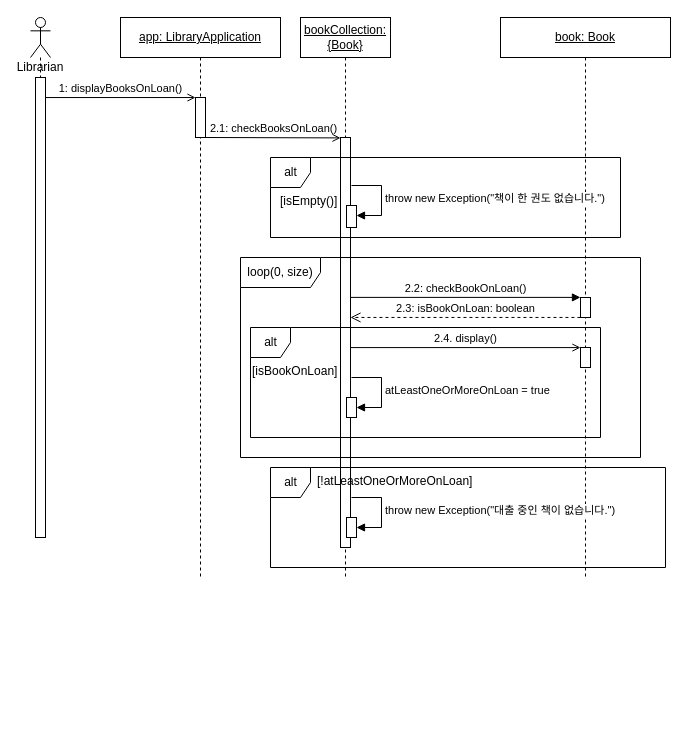
Before: UML/SD4 Display books on loan.drawio in Halozhan/2023-2-LibraryApplication, a draw.io diagram. Source tidied: cells renumbered, new cells numbered last; positions are measured from the earlier drawing's top-left corner, leaving out a move shared by most shapes. Both pictures are drawn from the tidied source at 100%, with x=0, y=0 at pixel (30, 17).
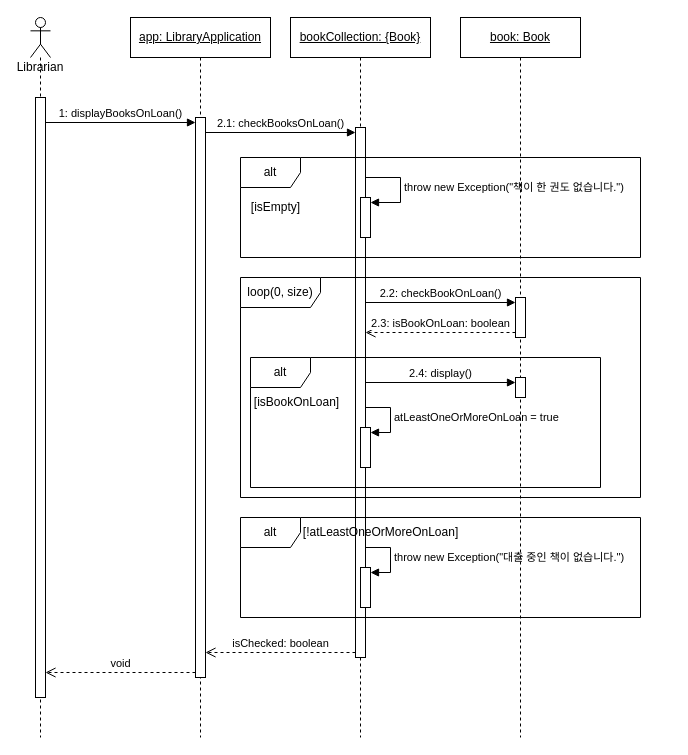
The same diagram, later.

What changed in the source:
```diff
@@
-    <mxCell id="2" value="Librarian&lt;br&gt;" style="shape=umlLifeline;participant=umlActor;perimeter=lifelinePerimeter;whiteSpace=wrap;html=1;verticalAlign=top;spacingTop=36;outlineConnect=0;" parent="1" vertex="1">
-      <mxGeometry width="20" height="520" as="geometry" />
+    <mxCell id="2" value="Librarian" style="shape=umlLifeline;perimeter=lifelinePerimeter;whiteSpace=wrap;html=1;outlineConnect=0;portConstraint=eastwest;newEdgeStyle={&quot;curved&quot;:0,&quot;rounded&quot;:0};participant=umlActor;verticalAlign=top;spacingTop=36;" parent="1" vertex="1">
+      <mxGeometry width="20" height="720" as="geometry" />
     </mxCell>
-    <mxCell id="3" style="edgeStyle=none;html=1;" parent="2" edge="1" source="4" target="2">
-      <mxGeometry relative="1" as="geometry" />
-    </mxCell>
-    <mxCell id="4" style="html=1;points=[];perimeter=orthogonalPerimeter;" parent="2" vertex="1">
-      <mxGeometry x="5" y="60" width="10" height="460" as="geometry" />
-    </mxCell>
+    <mxCell id="30" style="html=1;points=[[0,0,0,0,5],[0,1,0,0,-5],[1,0,0,0,5],[1,1,0,0,-5]];perimeter=orthogonalPerimeter;outlineConnect=0;targetShapes=umlLifeline;portConstraint=eastwest;newEdgeStyle={&quot;curved&quot;:0,&quot;rounded&quot;:0};" parent="2" vertex="1">
+      <mxGeometry x="5" y="80" width="10" height="600" as="geometry" />
+    </mxCell>
-    <mxCell id="5" value="&lt;u&gt;app: LibraryApplication&lt;/u&gt;" style="shape=umlLifeline;perimeter=lifelinePerimeter;whiteSpace=wrap;html=1;" parent="1" vertex="1">
-      <mxGeometry x="90" width="160" height="560" as="geometry" />
+    <mxCell id="5" value="&lt;u style=&quot;border-color: var(--border-color);&quot;&gt;app: LibraryApplication&lt;/u&gt;" style="shape=umlLifeline;perimeter=lifelinePerimeter;whiteSpace=wrap;html=1;newEdgeStyle={&quot;curved&quot;:0,&quot;rounded&quot;:0};" parent="1" vertex="1">
+      <mxGeometry x="100" width="140" height="720" as="geometry" />
     </mxCell>
-    <mxCell id="6" style="html=1;points=[];perimeter=orthogonalPerimeter;" parent="5" vertex="1">
-      <mxGeometry x="75" y="80" width="10" height="40" as="geometry" />
-    </mxCell>
+    <mxCell id="31" style="html=1;points=[[0,0,0,0,5],[0,1,0,0,-5],[1,0,0,0,5],[1,1,0,0,-5]];perimeter=orthogonalPerimeter;outlineConnect=0;targetShapes=umlLifeline;portConstraint=eastwest;newEdgeStyle={&quot;curved&quot;:0,&quot;rounded&quot;:0};" parent="5" vertex="1">
+      <mxGeometry x="65" y="100" width="10" height="560" as="geometry" />
+    </mxCell>
+    <mxCell id="10" value="&lt;div style=&quot;border-color: var(--border-color);&quot;&gt;1: displayBooksOnLoan()&lt;br&gt;&lt;/div&gt;" style="html=1;verticalAlign=bottom;endArrow=block;curved=0;rounded=0;entryX=0;entryY=0;entryDx=0;entryDy=5;" parent="1" edge="1" source="30" target="31">
+      <mxGeometry relative="1" as="geometry" />
+    </mxCell>
+    <mxCell id="32" value="void" style="html=1;verticalAlign=bottom;endArrow=open;dashed=1;endSize=8;curved=0;rounded=0;exitX=0;exitY=1;exitDx=0;exitDy=-5;exitPerimeter=0;" parent="1" edge="1" source="31" target="30">
+      <mxGeometry relative="1" as="geometry" />
+    </mxCell>
+    <mxCell id="14" value="&lt;u style=&quot;border-color: var(--border-color);&quot;&gt;bookCollection: {Book}&lt;/u&gt;" style="shape=umlLifeline;perimeter=lifelinePerimeter;whiteSpace=wrap;html=1;newEdgeStyle={&quot;curved&quot;:0,&quot;rounded&quot;:0};" parent="1" vertex="1">
+      <mxGeometry x="260" width="140" height="720" as="geometry" />
+    </mxCell>
+    <mxCell id="33" style="html=1;points=[[0,0,0,0,5],[0,1,0,0,-5],[1,0,0,0,5],[1,1,0,0,-5]];perimeter=orthogonalPerimeter;outlineConnect=0;targetShapes=umlLifeline;portConstraint=eastwest;newEdgeStyle={&quot;curved&quot;:0,&quot;rounded&quot;:0};" parent="14" vertex="1">
+      <mxGeometry x="65" y="110" width="10" height="530" as="geometry" />
+    </mxCell>
+    <mxCell id="34" style="html=1;points=[[0,0,0,0,5],[0,1,0,0,-5],[1,0,0,0,5],[1,1,0,0,-5]];perimeter=orthogonalPerimeter;outlineConnect=0;targetShapes=umlLifeline;portConstraint=eastwest;newEdgeStyle={&quot;curved&quot;:0,&quot;rounded&quot;:0};" parent="14" vertex="1">
+      <mxGeometry x="70" y="180" width="10" height="40" as="geometry" />
+    </mxCell>
+    <mxCell id="17" value="throw new Exception(&quot;책이 한 권도 없습니다.&quot;)" style="html=1;align=left;spacingLeft=2;endArrow=block;rounded=0;edgeStyle=orthogonalEdgeStyle;curved=0;rounded=0;entryX=1;entryY=0;entryDx=0;entryDy=5;entryPerimeter=0;" parent="14" edge="1" target="34">
+      <mxGeometry relative="1" as="geometry">
+        <mxPoint x="75" y="160" as="sourcePoint" />
+        <Array as="points">
+          <mxPoint x="110" y="160" />
+          <mxPoint x="110" y="185" />
+        </Array>
+      </mxGeometry>
+    </mxCell>
+    <mxCell id="35" style="html=1;points=[[0,0,0,0,5],[0,1,0,0,-5],[1,0,0,0,5],[1,1,0,0,-5]];perimeter=orthogonalPerimeter;outlineConnect=0;targetShapes=umlLifeline;portConstraint=eastwest;newEdgeStyle={&quot;curved&quot;:0,&quot;rounded&quot;:0};" parent="14" vertex="1">
+      <mxGeometry x="70" y="410" width="10" height="40" as="geometry" />
+    </mxCell>
+    <mxCell id="19" value="atLeastOneOrMoreOnLoan = true" style="html=1;align=left;spacingLeft=2;endArrow=block;rounded=0;edgeStyle=orthogonalEdgeStyle;curved=0;rounded=0;entryX=1;entryY=0;entryDx=0;entryDy=5;entryPerimeter=0;" parent="14" edge="1" target="35">
+      <mxGeometry relative="1" as="geometry">
+        <mxPoint x="75" y="390" as="sourcePoint" />
+        <Array as="points">
+          <mxPoint x="100" y="390" />
+          <mxPoint x="100" y="415" />
+        </Array>
+      </mxGeometry>
+    </mxCell>
+    <mxCell id="36" style="html=1;points=[[0,0,0,0,5],[0,1,0,0,-5],[1,0,0,0,5],[1,1,0,0,-5]];perimeter=orthogonalPerimeter;outlineConnect=0;targetShapes=umlLifeline;portConstraint=eastwest;newEdgeStyle={&quot;curved&quot;:0,&quot;rounded&quot;:0};" parent="14" vertex="1">
+      <mxGeometry x="70" y="550" width="10" height="40" as="geometry" />
+    </mxCell>
+    <mxCell id="21" value="throw new Exception(&quot;대출 중인 책이 없습니다.&quot;)" style="html=1;align=left;spacingLeft=2;endArrow=block;rounded=0;edgeStyle=orthogonalEdgeStyle;curved=0;rounded=0;entryX=1;entryY=0;entryDx=0;entryDy=5;entryPerimeter=0;" parent="14" edge="1" target="36">
+      <mxGeometry x="0.01" relative="1" as="geometry">
+        <mxPoint x="75" y="530" as="sourcePoint" />
+        <Array as="points">
+          <mxPoint x="100" y="530" />
+          <mxPoint x="100" y="555" />
+        </Array>
+      </mxGeometry>
+    </mxCell>
-    <mxCell id="7" value="&lt;u style=&quot;&quot;&gt;book: Book&lt;/u&gt;" style="shape=umlLifeline;perimeter=lifelinePerimeter;whiteSpace=wrap;html=1;" parent="1" vertex="1">
-      <mxGeometry x="470" width="170" height="560" as="geometry" />
+    <mxCell id="7" value="&lt;u style=&quot;border-color: var(--border-color);&quot;&gt;book: Book&lt;/u&gt;" style="shape=umlLifeline;perimeter=lifelinePerimeter;whiteSpace=wrap;html=1;newEdgeStyle={&quot;curved&quot;:0,&quot;rounded&quot;:0};" parent="1" vertex="1">
+      <mxGeometry x="430" width="120" height="720" as="geometry" />
     </mxCell>
-    <mxCell id="8" style="html=1;points=[];perimeter=orthogonalPerimeter;" parent="7" vertex="1">
-      <mxGeometry x="80" y="280" width="10" height="20" as="geometry" />
-    </mxCell>
-    <mxCell id="9" style="html=1;points=[];perimeter=orthogonalPerimeter;" parent="7" vertex="1">
-      <mxGeometry x="80" y="330" width="10" height="20" as="geometry" />
-    </mxCell>
-    <mxCell id="10" value="1: displayBooksOnLoan()" style="html=1;verticalAlign=bottom;labelBackgroundColor=none;endArrow=open;endFill=0;elbow=vertical;entryX=0.001;entryY=0.001;entryDx=0;entryDy=0;entryPerimeter=0;" parent="1" edge="1" source="4" target="6">
-      <mxGeometry relative="1" as="geometry" />
-    </mxCell>
+    <mxCell id="37" style="html=1;points=[[0,0,0,0,5],[0,1,0,0,-5],[1,0,0,0,5],[1,1,0,0,-5]];perimeter=orthogonalPerimeter;outlineConnect=0;targetShapes=umlLifeline;portConstraint=eastwest;newEdgeStyle={&quot;curved&quot;:0,&quot;rounded&quot;:0};" parent="7" vertex="1">
+      <mxGeometry x="55" y="280" width="10" height="40" as="geometry" />
+    </mxCell>
+    <mxCell id="38" style="html=1;points=[[0,0,0,0,5],[0,1,0,0,-5],[1,0,0,0,5],[1,1,0,0,-5]];perimeter=orthogonalPerimeter;outlineConnect=0;targetShapes=umlLifeline;portConstraint=eastwest;newEdgeStyle={&quot;curved&quot;:0,&quot;rounded&quot;:0};" parent="7" vertex="1">
+      <mxGeometry x="55" y="360" width="10" height="20" as="geometry" />
+    </mxCell>
+    <mxCell id="39" value="isChecked: boolean" style="html=1;verticalAlign=bottom;endArrow=open;dashed=1;endSize=8;curved=0;rounded=0;exitX=0;exitY=1;exitDx=0;exitDy=-5;" parent="1" edge="1" source="33" target="31">
+      <mxGeometry relative="1" as="geometry" />
+    </mxCell>
+    <mxCell id="22" value="2.1: checkBooksOnLoan()" style="html=1;verticalAlign=bottom;endArrow=block;curved=0;rounded=0;entryX=0;entryY=0;entryDx=0;entryDy=5;" parent="1" edge="1" source="31" target="33">
+      <mxGeometry relative="1" as="geometry" />
+    </mxCell>
+    <mxCell id="40" style="group;" parent="1" vertex="1">
+      <mxGeometry x="210" y="140" width="400" height="100" as="geometry" />
+    </mxCell>
+    <mxCell id="41" value="alt" style="shape=umlFrame;whiteSpace=wrap;html=1;" parent="40" vertex="1">
+      <mxGeometry width="400" height="100" as="geometry" />
+    </mxCell>
+    <mxCell id="42" value="[isEmpty]" style="text;html=1;align=center;verticalAlign=middle;strokeColor=none;fillColor=none;" parent="40" vertex="1">
+      <mxGeometry y="35" width="70" height="30" as="geometry" />
+    </mxCell>
+    <mxCell id="43" style="group;" parent="1" vertex="1">
+      <mxGeometry x="210" y="260" width="400" height="220" as="geometry" />
+    </mxCell>
+    <mxCell id="29" value="loop(0, size)" style="shape=umlFrame;whiteSpace=wrap;html=1;width=80;height=30;" parent="43" vertex="1">
+      <mxGeometry width="400" height="220" as="geometry" />
+    </mxCell>
-    <mxCell id="11" value="2.2: checkBookOnLoan()" style="html=1;verticalAlign=bottom;endArrow=block;entryX=-0.005;entryY=-0.005;entryDx=0;entryDy=0;entryPerimeter=0;" parent="1" edge="1" source="15" target="8">
+    <mxCell id="11" value="2.2: checkBookOnLoan()" style="html=1;verticalAlign=bottom;endArrow=block;curved=0;rounded=0;entryX=0;entryY=0;entryDx=0;entryDy=5;" parent="1" edge="1" source="33" target="37">
       <mxGeometry relative="1" as="geometry" />
     </mxCell>
-    <mxCell id="12" value="2.3: isBookOnLoan: boolean" style="html=1;verticalAlign=bottom;endArrow=open;dashed=1;endSize=8;exitX=-0.005;exitY=0.997;exitDx=0;exitDy=0;exitPerimeter=0;" parent="1" edge="1" source="8" target="15">
+    <mxCell id="12" value="2.3: isBookOnLoan: boolean" style="html=1;verticalAlign=bottom;endArrow=open;dashed=1;endSize=8;curved=0;rounded=0;exitX=0;exitY=1;exitDx=0;exitDy=-5;" parent="1" edge="1" source="37" target="33">
       <mxGeometry relative="1" as="geometry" />
     </mxCell>
-    <mxCell id="13" value="2.4. display()" style="html=1;verticalAlign=bottom;labelBackgroundColor=none;endArrow=open;endFill=0;entryX=-0.003;entryY=0.004;entryDx=0;entryDy=0;entryPerimeter=0;" parent="1" edge="1" source="15" target="9">
-      <mxGeometry relative="1" as="geometry" />
-    </mxCell>
-    <mxCell id="14" value="&lt;u&gt;bookCollection: {Book}&lt;/u&gt;" style="shape=umlLifeline;perimeter=lifelinePerimeter;whiteSpace=wrap;html=1;" parent="1" vertex="1">
-      <mxGeometry x="270" width="90" height="560" as="geometry" />
-    </mxCell>
-    <mxCell id="15" style="html=1;points=[];perimeter=orthogonalPerimeter;" parent="14" vertex="1">
-      <mxGeometry x="40" y="120" width="10" height="410" as="geometry" />
-    </mxCell>
-    <mxCell id="16" style="html=1;points=[[0,0,0,0,5],[0,1,0,0,-5],[1,0,0,0,5],[1,1,0,0,-5]];perimeter=orthogonalPerimeter;outlineConnect=0;targetShapes=umlLifeline;portConstraint=eastwest;newEdgeStyle={&quot;curved&quot;:0,&quot;rounded&quot;:0};" parent="14" vertex="1">
-      <mxGeometry x="46" y="188" width="10" height="22" as="geometry" />
-    </mxCell>
-    <mxCell id="17" value="throw new Exception(&quot;책이 한 권도 없습니다.&quot;)" style="html=1;align=left;spacingLeft=2;endArrow=block;rounded=0;edgeStyle=orthogonalEdgeStyle;curved=0;rounded=0;" parent="14" edge="1" target="16">
-      <mxGeometry relative="1" as="geometry">
-        <mxPoint x="51" y="168" as="sourcePoint" />
-        <Array as="points">
-          <mxPoint x="81" y="198" />
-        </Array>
-      </mxGeometry>
-    </mxCell>
-    <mxCell id="18" style="html=1;points=[[0,0,0,0,5],[0,1,0,0,-5],[1,0,0,0,5],[1,1,0,0,-5]];perimeter=orthogonalPerimeter;outlineConnect=0;targetShapes=umlLifeline;portConstraint=eastwest;newEdgeStyle={&quot;curved&quot;:0,&quot;rounded&quot;:0};" parent="14" vertex="1">
-      <mxGeometry x="46" y="380" width="10" height="20" as="geometry" />
-    </mxCell>
-    <mxCell id="19" value="atLeastOneOrMoreOnLoan = true" style="html=1;align=left;spacingLeft=2;endArrow=block;rounded=0;edgeStyle=orthogonalEdgeStyle;curved=0;rounded=0;" parent="14" edge="1" target="18">
-      <mxGeometry relative="1" as="geometry">
-        <mxPoint x="51" y="360" as="sourcePoint" />
-        <Array as="points">
-          <mxPoint x="81" y="390" />
-        </Array>
-      </mxGeometry>
-    </mxCell>
-    <mxCell id="20" style="html=1;points=[[0,0,0,0,5],[0,1,0,0,-5],[1,0,0,0,5],[1,1,0,0,-5]];perimeter=orthogonalPerimeter;outlineConnect=0;targetShapes=umlLifeline;portConstraint=eastwest;newEdgeStyle={&quot;curved&quot;:0,&quot;rounded&quot;:0};" parent="14" vertex="1">
-      <mxGeometry x="46" y="500" width="10" height="20" as="geometry" />
-    </mxCell>
-    <mxCell id="21" value="throw new Exception(&quot;대출 중인 책이 없습니다.&quot;)" style="html=1;align=left;spacingLeft=2;endArrow=block;rounded=0;edgeStyle=orthogonalEdgeStyle;curved=0;rounded=0;" parent="14" edge="1" target="20">
-      <mxGeometry relative="1" as="geometry">
-        <mxPoint x="51" y="480" as="sourcePoint" />
-        <Array as="points">
-          <mxPoint x="81" y="510" />
-        </Array>
-      </mxGeometry>
-    </mxCell>
-    <mxCell id="22" value="2.1: checkBooksOnLoan()" style="html=1;verticalAlign=bottom;labelBackgroundColor=none;endArrow=open;endFill=0;elbow=vertical;entryX=0.001;entryY=0.001;entryDx=0;entryDy=0;entryPerimeter=0;" parent="1" edge="1" source="6" target="15">
-      <mxGeometry relative="1" as="geometry" />
-    </mxCell>
-    <mxCell id="23" value="alt" style="shape=umlFrame;tabWidth=110;tabHeight=30;tabPosition=left;html=1;boundedLbl=1;labelInHeader=1;width=40;height=30;" parent="1" vertex="1">
-      <mxGeometry x="240" y="450" width="395" height="100" as="geometry" />
-    </mxCell>
+    <mxCell id="44" style="group;" parent="1" vertex="1">
+      <mxGeometry x="220" y="340" width="350" height="130" as="geometry" />
+    </mxCell>
+    <mxCell id="45" value="alt" style="shape=umlFrame;whiteSpace=wrap;html=1;" parent="44" vertex="1">
+      <mxGeometry width="350" height="130" as="geometry" />
+    </mxCell>
+    <mxCell id="28" value="[isBookOnLoan]" style="text;html=1;align=center;verticalAlign=middle;strokeColor=none;fillColor=none;" parent="44" vertex="1">
+      <mxGeometry x="-8.8" y="30" width="110" height="30" as="geometry" />
+    </mxCell>
+    <mxCell id="46" value="2.4: display()" style="html=1;verticalAlign=bottom;startArrow=none;endArrow=block;startSize=8;curved=0;rounded=0;entryX=0;entryY=0;entryDx=0;entryDy=5;startFill=0;" parent="1" edge="1" source="33" target="38">
+      <mxGeometry relative="1" as="geometry" />
+    </mxCell>
+    <mxCell id="47" style="group;" parent="1" vertex="1">
+      <mxGeometry x="210" y="500" width="400" height="100" as="geometry" />
+    </mxCell>
+    <mxCell id="48" value="alt" style="shape=umlFrame;whiteSpace=wrap;html=1;" parent="47" vertex="1">
+      <mxGeometry width="400" height="100" as="geometry" />
+    </mxCell>
-    <mxCell id="24" value="[!atLeastOneOrMoreOnLoan]" style="text;" parent="23" vertex="1">
-      <mxGeometry width="100" height="20" relative="1" as="geometry">
-        <mxPoint x="45" as="offset" />
-      </mxGeometry>
+    <mxCell id="24" value="[!atLeastOneOrMoreOnLoan]" style="text;html=1;align=center;verticalAlign=middle;strokeColor=none;fillColor=none;" parent="47" vertex="1">
+      <mxGeometry x="50" width="180" height="30" as="geometry" />
     </mxCell>
-    <mxCell id="25" value="alt" style="shape=umlFrame;tabWidth=110;tabHeight=30;tabPosition=left;html=1;boundedLbl=1;labelInHeader=1;width=40;height=30;" parent="1" vertex="1">
-      <mxGeometry x="240" y="140" width="350" height="80" as="geometry" />
-    </mxCell>
-    <mxCell id="26" value="[isEmpty()]" style="text;" parent="25" vertex="1">
-      <mxGeometry width="100" height="20" relative="1" as="geometry">
-        <mxPoint x="8" y="30" as="offset" />
-      </mxGeometry>
-    </mxCell>
-    <mxCell id="27" value="alt" style="shape=umlFrame;tabWidth=110;tabHeight=30;tabPosition=left;html=1;boundedLbl=1;labelInHeader=1;width=40;height=30;" parent="1" vertex="1">
-      <mxGeometry x="220" y="310" width="350" height="110" as="geometry" />
-    </mxCell>
-    <mxCell id="28" value="[isBookOnLoan]" style="text;" parent="27" vertex="1">
-      <mxGeometry width="100" height="20" relative="1" as="geometry">
-        <mxPoint y="30" as="offset" />
-      </mxGeometry>
-    </mxCell>
-    <mxCell id="29" value="loop(0, size)" style="shape=umlFrame;whiteSpace=wrap;html=1;width=80;height=30;" parent="1" vertex="1">
-      <mxGeometry x="210" y="240" width="400" height="200" as="geometry" />
-    </mxCell>
```
